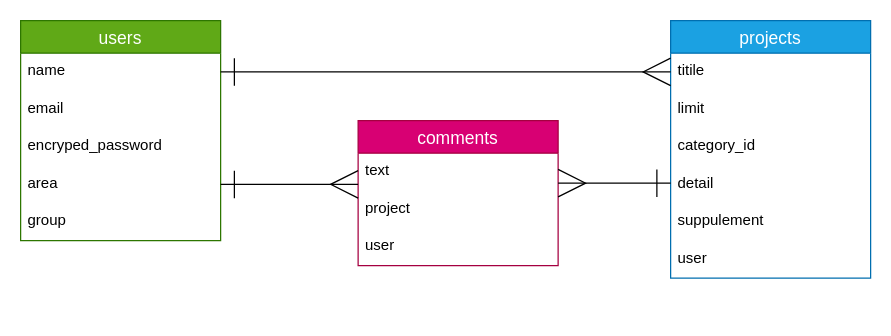
This is er.dio from mocchirihamu/assistapp, a draw.io file, before an edit. Source tidied: cells renumbered, new cells numbered last; positions are measured from the earlier drawing's top-left corner, leaving out a move shared by most shapes. Both pictures are drawn from the tidied source at 125%, with x=0, y=0 at pixel (20, 20).
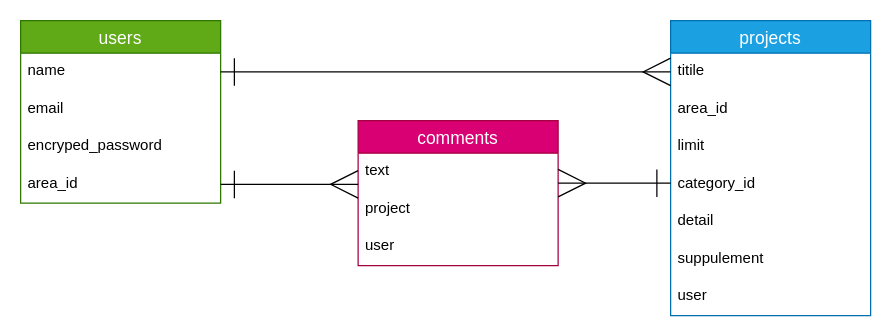
The same page after the edit.

What changed in the source:
```diff
@@
     <mxCell id="2" value="users" style="swimlane;fontStyle=0;horizontal=1;startSize=26;align=center;fontSize=14;fillColor=#60a917;fontColor=#ffffff;strokeColor=#2D7600;" parent="1" vertex="1">
-      <mxGeometry width="160" height="176" as="geometry" />
+      <mxGeometry width="160" height="146" as="geometry" />
     </mxCell>
@@
-    <mxCell id="6" value="area" style="text;strokeColor=none;fillColor=none;spacingLeft=4;spacingRight=4;overflow=hidden;points=[[0,0.5],[1,0.5]];portConstraint=eastwest;fontSize=12;" parent="2" vertex="1">
+    <mxCell id="6" value="area_id" style="text;strokeColor=none;fillColor=none;spacingLeft=4;spacingRight=4;overflow=hidden;points=[[0,0.5],[1,0.5]];portConstraint=eastwest;fontSize=12;" parent="2" vertex="1">
       <mxGeometry y="116" width="160" height="30" as="geometry" />
     </mxCell>
-    <mxCell id="7" value="group" style="text;strokeColor=none;fillColor=none;spacingLeft=4;spacingRight=4;overflow=hidden;fontSize=12;" parent="2" vertex="1">
-      <mxGeometry y="146" width="160" height="30" as="geometry" />
-    </mxCell>
     <mxCell id="8" value="projects" style="swimlane;fontStyle=0;horizontal=1;startSize=26;align=center;fontSize=14;fillColor=#1ba1e2;fontColor=#ffffff;strokeColor=#006EAF;" parent="1" vertex="1">
-      <mxGeometry x="520" width="160" height="206" as="geometry" />
+      <mxGeometry x="520" width="160" height="236" as="geometry" />
     </mxCell>
@@
+    <mxCell id="22" value="area_id" style="text;strokeColor=none;fillColor=none;spacingLeft=4;spacingRight=4;overflow=hidden;fontSize=12;" parent="8" vertex="1">
+      <mxGeometry y="56" width="160" height="30" as="geometry" />
+    </mxCell>
     <mxCell id="10" value="limit" style="text;strokeColor=none;fillColor=none;spacingLeft=4;spacingRight=4;overflow=hidden;fontSize=12;" parent="8" vertex="1">
-      <mxGeometry y="56" width="160" height="30" as="geometry" />
+      <mxGeometry y="86" width="160" height="30" as="geometry" />
     </mxCell>
     <mxCell id="11" value="category_id" style="text;strokeColor=none;fillColor=none;spacingLeft=4;spacingRight=4;overflow=hidden;fontSize=12;" parent="8" vertex="1">
-      <mxGeometry y="86" width="160" height="30" as="geometry" />
+      <mxGeometry y="116" width="160" height="30" as="geometry" />
     </mxCell>
     <mxCell id="12" value="detail" style="text;strokeColor=none;fillColor=none;spacingLeft=4;spacingRight=4;overflow=hidden;fontSize=12;" parent="8" vertex="1">
-      <mxGeometry y="116" width="160" height="30" as="geometry" />
+      <mxGeometry y="146" width="160" height="30" as="geometry" />
     </mxCell>
     <mxCell id="13" value="suppulement" style="text;strokeColor=none;fillColor=none;spacingLeft=4;spacingRight=4;overflow=hidden;fontSize=12;" parent="8" vertex="1">
-      <mxGeometry y="146" width="160" height="30" as="geometry" />
+      <mxGeometry y="176" width="160" height="30" as="geometry" />
     </mxCell>
     <mxCell id="14" value="user" style="text;strokeColor=none;fillColor=none;spacingLeft=4;spacingRight=4;overflow=hidden;fontSize=12;" parent="8" vertex="1">
-      <mxGeometry y="176" width="160" height="30" as="geometry" />
+      <mxGeometry y="206" width="160" height="30" as="geometry" />
     </mxCell>
```
